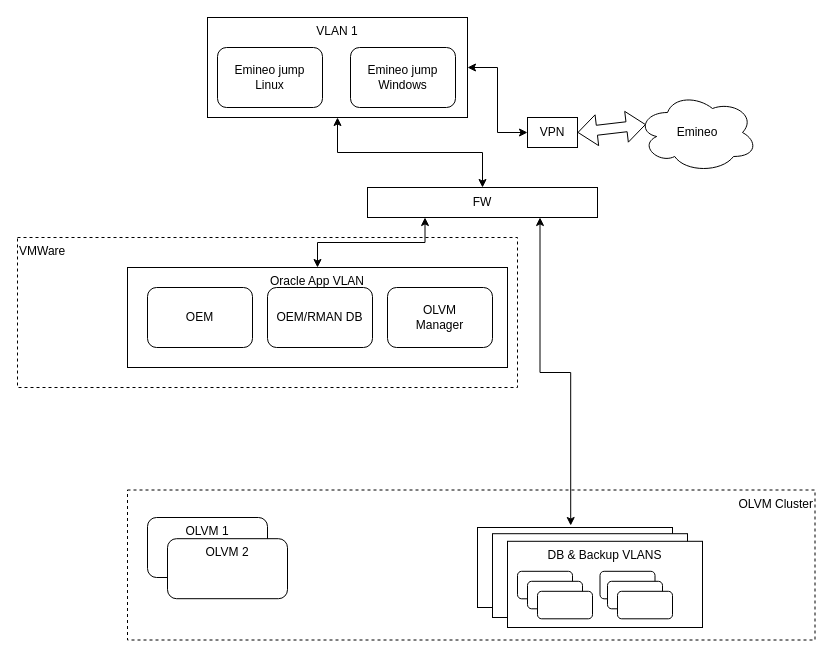
Earlier version of the draw.io diagram ExtendedOverview.drawio (lhirdman/log4). Source tidied: cells renumbered, new cells numbered last; positions are measured from the earlier drawing's top-left corner, leaving out a move shared by most shapes. Both pictures are drawn from the tidied source at 100%, with x=0, y=0 at pixel (17, 17).
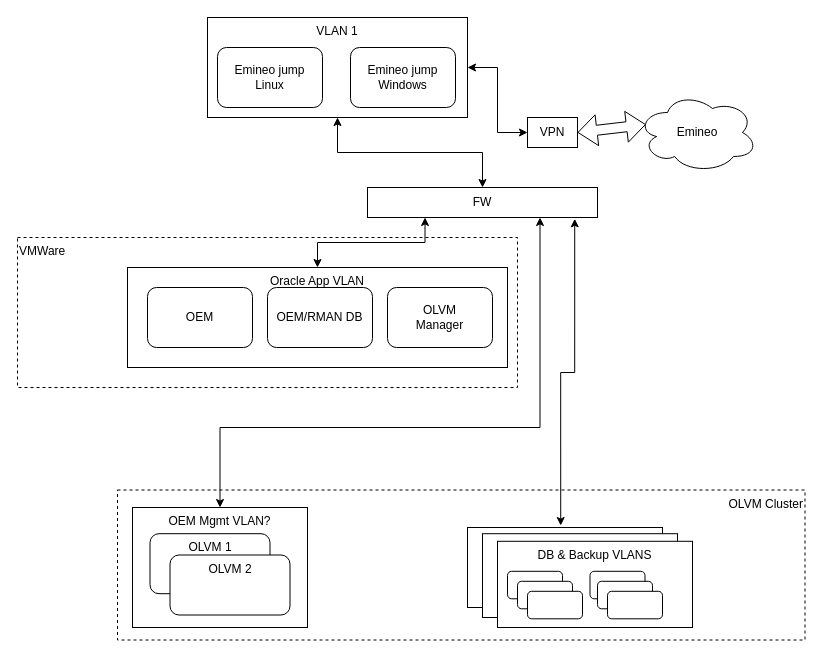
Above is the later version.

The change refers to these unchanged cells:
```xml
<mxCell id="4" value="VLANS" style="rounded=0;whiteSpace=wrap;html=1;verticalAlign=top;" parent="2" vertex="1">
  <mxGeometry x="10" y="10" width="195" height="80" as="geometry" />
</mxCell>
<mxCell id="25" value="FW" style="rounded=0;whiteSpace=wrap;html=1;" parent="1" vertex="1">
  <mxGeometry x="350" y="170" width="230" height="30" as="geometry" />
</mxCell>
```

Diff of the diagram source:
```diff
@@
     <mxCell id="2" style="group;" parent="1" vertex="1">
-      <mxGeometry x="450" y="500" width="347.5" height="122.5" as="geometry" />
+      <mxGeometry x="440" y="500" width="347.5" height="122.5" as="geometry" />
     </mxCell>
@@
+    <mxCell id="31" value="OEM Mgmt VLAN?" style="rounded=0;whiteSpace=wrap;html=1;verticalAlign=top;" parent="2" vertex="1">
+      <mxGeometry x="-325" y="-10" width="175" height="120" as="geometry" />
+    </mxCell>
+    <mxCell id="29" value="OLVM 1" style="rounded=1;whiteSpace=wrap;html=1;verticalAlign=top;" parent="2" vertex="1">
+      <mxGeometry x="-307.5" y="16.2" width="120" height="60" as="geometry" />
+    </mxCell>
+    <mxCell id="30" value="OLVM 2" style="rounded=1;whiteSpace=wrap;html=1;verticalAlign=top;" parent="2" vertex="1">
+      <mxGeometry x="-287.5" y="37.5" width="120" height="60" as="geometry" />
+    </mxCell>
@@
-    <mxCell id="24" style="edgeStyle=orthogonalEdgeStyle;rounded=0;jettySize=auto;html=1;exitX=0.75;exitY=1;exitDx=0;exitDy=0;entryX=0.478;entryY=-0.025;entryDx=0;entryDy=0;startArrow=classic;startFill=1;entryPerimeter=0;" parent="1" edge="1" source="25" target="4">
+    <mxCell id="24" style="edgeStyle=orthogonalEdgeStyle;rounded=0;jettySize=auto;html=1;exitX=0.901;exitY=1.043;exitDx=0;exitDy=0;entryX=0.478;entryY=-0.025;entryDx=0;entryDy=0;startArrow=classic;startFill=1;entryPerimeter=0;exitPerimeter=0;" parent="1" edge="1" source="25" target="4">
       <mxGeometry relative="1" as="geometry" />
     </mxCell>
@@
-    <mxCell id="29" value="OLVM 1" style="rounded=1;whiteSpace=wrap;html=1;verticalAlign=top;" parent="1" vertex="1">
-      <mxGeometry x="130" y="500" width="120" height="60" as="geometry" />
-    </mxCell>
-    <mxCell id="30" value="OLVM 2" style="rounded=1;whiteSpace=wrap;html=1;verticalAlign=top;" parent="1" vertex="1">
-      <mxGeometry x="150" y="521.2" width="120" height="60" as="geometry" />
-    </mxCell>
+    <mxCell id="32" style="edgeStyle=orthogonalEdgeStyle;rounded=0;jettySize=auto;html=1;entryX=0.75;entryY=1;entryDx=0;entryDy=0;startArrow=classic;startFill=1;" parent="1" edge="1" source="31" target="25">
+      <mxGeometry relative="1" as="geometry">
+        <Array as="points">
+          <mxPoint x="203" y="410" />
+          <mxPoint x="523" y="410" />
+        </Array>
+      </mxGeometry>
+    </mxCell>
```
